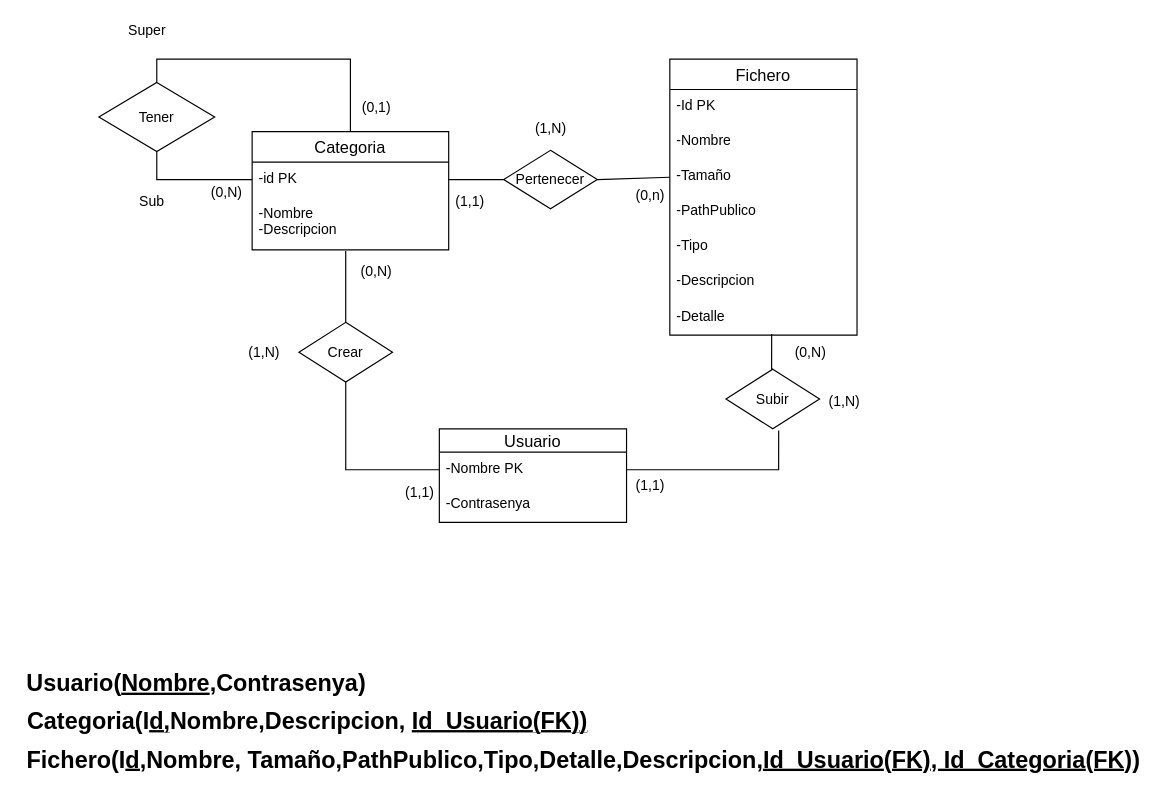
This is diagramaProyectoMultimedia.drawio.xml from JoanHurtadoKuin/ProyectoGestorMultimedia, a draw.io file, before an edit. Source tidied: cells renumbered, new cells numbered last; positions are measured from the earlier drawing's top-left corner, leaving out a move shared by most shapes. Both pictures are drawn from the tidied source at 117%, with x=0, y=0 at pixel (20, 20).
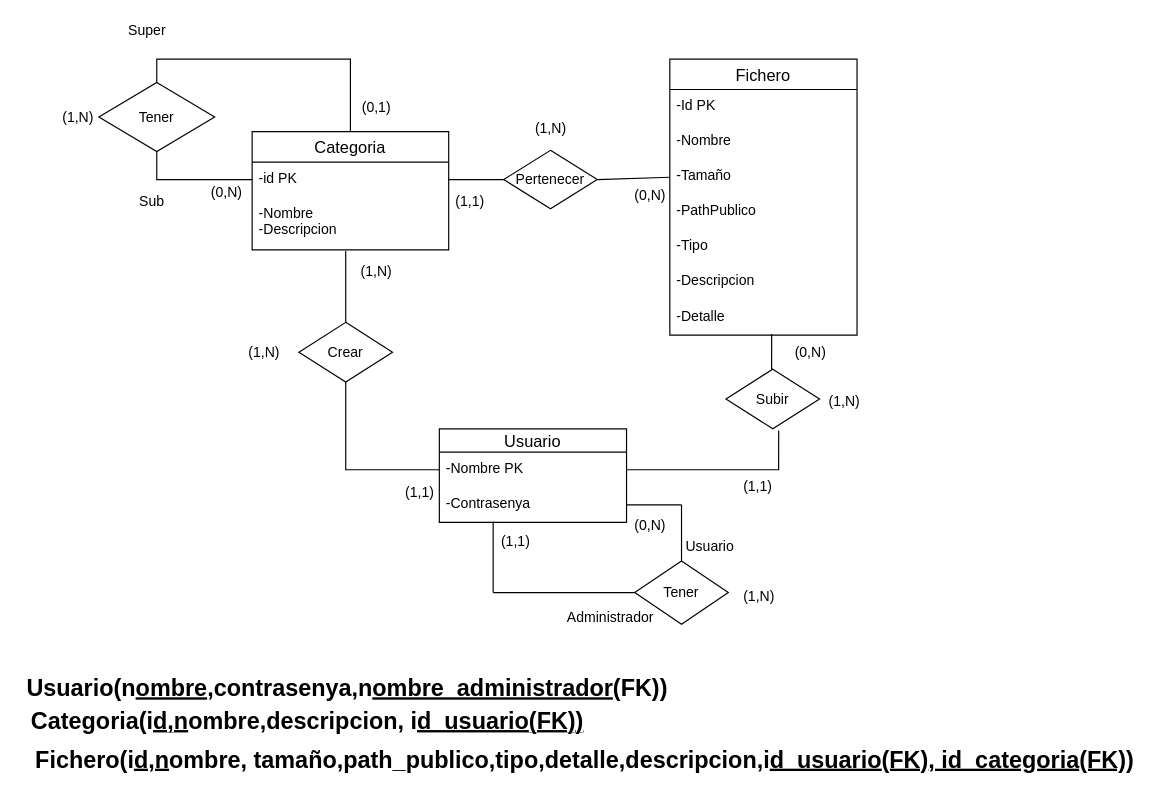
The same page after the edit.

The change refers to these unchanged cells:
```xml
<mxCell id="4" value="-Contrasenya" style="text;strokeColor=none;fillColor=none;spacingLeft=4;spacingRight=4;overflow=hidden;points=[[0,0.5],[1,0.5]];portConstraint=eastwest;fontSize=12;" parent="2" vertex="1">
  <mxGeometry y="50" width="160" height="30" as="geometry" />
</mxCell>
```

Change to the diagram source:
```diff
@@
-    <mxCell id="19" value="(0,n)" style="text;html=1;align=center;verticalAlign=middle;strokeColor=none;fillColor=none;" parent="1" vertex="1">
-      <mxGeometry x="520" y="141" width="35" height="18" as="geometry" />
-    </mxCell>
+    <mxCell id="44" value="(0,N)" style="text;html=1;align=center;verticalAlign=middle;strokeColor=none;fillColor=none;" parent="1" vertex="1">
+      <mxGeometry x="519" y="141" width="37" height="18" as="geometry" />
+    </mxCell>
@@
-    <mxCell id="25" value="(1,1)" style="text;html=1;align=center;verticalAlign=middle;strokeColor=none;fillColor=none;" parent="1" vertex="1">
-      <mxGeometry x="520" y="389" width="35" height="18" as="geometry" />
-    </mxCell>
+    <mxCell id="45" value="(1,1)" style="text;html=1;align=center;verticalAlign=middle;strokeColor=none;fillColor=none;" parent="1" vertex="1">
+      <mxGeometry x="612" y="390" width="35" height="18" as="geometry" />
+    </mxCell>
@@
-    <mxCell id="29" value="(0,N)" style="text;html=1;align=center;verticalAlign=middle;strokeColor=none;fillColor=none;" parent="1" vertex="1">
-      <mxGeometry x="285" y="206" width="37" height="18" as="geometry" />
-    </mxCell>
+    <mxCell id="46" value="(1,N)" style="text;html=1;align=center;verticalAlign=middle;strokeColor=none;fillColor=none;" parent="1" vertex="1">
+      <mxGeometry x="285" y="206" width="37" height="18" as="geometry" />
+    </mxCell>
@@
-    <mxCell id="41" value="&lt;font style=&quot;font-size: 20px;&quot;&gt;&lt;b&gt;Usuario(&lt;u&gt;Nombre&lt;/u&gt;,Contrasenya)&lt;/b&gt;&lt;/font&gt;" style="text;html=1;align=center;verticalAlign=middle;strokeColor=none;fillColor=none;" parent="1" vertex="1">
-      <mxGeometry y="555" width="300" height="21" as="geometry" />
-    </mxCell>
-    <mxCell id="42" value="&lt;b&gt;Categoria(I&lt;u&gt;d,&lt;/u&gt;Nombre,Descripcion, &lt;u&gt;Id_Usuario&lt;/u&gt;&lt;/b&gt;&lt;b&gt;&lt;u&gt;(FK)&lt;/u&gt;&lt;/b&gt;&lt;b&gt;&lt;u&gt;)&lt;/u&gt;&lt;/b&gt;" style="text;html=1;align=center;verticalAlign=middle;strokeColor=none;fillColor=none;fontSize=20;" parent="1" vertex="1">
-      <mxGeometry y="584" width="489" height="28" as="geometry" />
-    </mxCell>
-    <mxCell id="43" value="&lt;b&gt;Fichero(I&lt;u&gt;d,&lt;/u&gt;Nombre, Tamaño,PathPublico,Tipo,Detalle,Descripcion,&lt;u&gt;Id_Usuario&lt;/u&gt;&lt;/b&gt;&lt;b&gt;&lt;u&gt;(FK)&lt;/u&gt;&lt;/b&gt;&lt;b&gt;&lt;u&gt;,&amp;nbsp;Id_Categoria&lt;/u&gt;&lt;/b&gt;&lt;b&gt;&lt;u&gt;(FK)&lt;/u&gt;&lt;/b&gt;&lt;b&gt;&lt;u&gt;)&lt;/u&gt;&lt;/b&gt;" style="text;html=1;align=center;verticalAlign=middle;strokeColor=none;fillColor=none;fontSize=20;" parent="1" vertex="1">
-      <mxGeometry y="617" width="962" height="28" as="geometry" />
-    </mxCell>
+    <mxCell id="47" value="&lt;font style=&quot;font-size: 20px;&quot;&gt;&lt;b&gt;Usuario(n&lt;u&gt;ombre&lt;/u&gt;,contrasenya,n&lt;u&gt;ombre_administrador&lt;/u&gt;(FK))&lt;/b&gt;&lt;/font&gt;" style="text;html=1;align=center;verticalAlign=middle;strokeColor=none;fillColor=none;" parent="1" vertex="1">
+      <mxGeometry y="559" width="558" height="21" as="geometry" />
+    </mxCell>
+    <mxCell id="48" value="&lt;b&gt;Categoria(i&lt;u&gt;d,n&lt;/u&gt;ombre,descripcion, i&lt;u&gt;d_usuario&lt;/u&gt;&lt;/b&gt;&lt;b&gt;&lt;u&gt;(FK)&lt;/u&gt;&lt;/b&gt;&lt;b&gt;&lt;u&gt;)&lt;/u&gt;&lt;/b&gt;" style="text;html=1;align=center;verticalAlign=middle;strokeColor=none;fillColor=none;fontSize=20;" parent="1" vertex="1">
+      <mxGeometry x="4" y="584" width="482" height="28" as="geometry" />
+    </mxCell>
+    <mxCell id="49" value="&lt;b&gt;Fichero(i&lt;u&gt;d,n&lt;/u&gt;ombre, tamaño,path_publico,tipo,detalle,descripcion,i&lt;u&gt;d_usuario&lt;/u&gt;&lt;/b&gt;&lt;b&gt;&lt;u&gt;(FK)&lt;/u&gt;&lt;/b&gt;&lt;b&gt;&lt;u&gt;, id_categoria&lt;/u&gt;&lt;/b&gt;&lt;b&gt;&lt;u&gt;(FK)&lt;/u&gt;&lt;/b&gt;&lt;b&gt;&lt;u&gt;)&lt;/u&gt;&lt;/b&gt;" style="text;html=1;align=center;verticalAlign=middle;strokeColor=none;fillColor=none;fontSize=20;" parent="1" vertex="1">
+      <mxGeometry x="7" y="617" width="949" height="28" as="geometry" />
+    </mxCell>
+    <mxCell id="50" style="edgeStyle=orthogonalEdgeStyle;rounded=0;jettySize=auto;html=1;exitX=0.5;exitY=0;exitDx=0;exitDy=0;endArrow=none;endFill=0;" parent="1" edge="1" source="52">
+      <mxGeometry relative="1" as="geometry">
+        <mxPoint x="565" y="414" as="targetPoint" />
+      </mxGeometry>
+    </mxCell>
+    <mxCell id="51" style="edgeStyle=orthogonalEdgeStyle;rounded=0;jettySize=auto;html=1;exitX=0;exitY=0.5;exitDx=0;exitDy=0;endArrow=none;endFill=0;" parent="1" edge="1" source="52">
+      <mxGeometry relative="1" as="geometry">
+        <mxPoint x="404" y="489" as="targetPoint" />
+      </mxGeometry>
+    </mxCell>
+    <mxCell id="52" value="Tener" style="rhombus;whiteSpace=wrap;html=1;" parent="1" vertex="1">
+      <mxGeometry x="525" y="462" width="80" height="54" as="geometry" />
+    </mxCell>
+    <mxCell id="53" style="rounded=0;jettySize=auto;html=1;exitX=1;exitY=0.5;exitDx=0;exitDy=0;endArrow=none;endFill=0;" parent="1" edge="1" source="4">
+      <mxGeometry relative="1" as="geometry">
+        <mxPoint x="565" y="414" as="targetPoint" />
+      </mxGeometry>
+    </mxCell>
+    <mxCell id="54" style="edgeStyle=orthogonalEdgeStyle;rounded=0;orthogonalLoop=1;jettySize=auto;html=1;endArrow=none;endFill=0;" parent="1" edge="1">
+      <mxGeometry relative="1" as="geometry">
+        <mxPoint x="405" y="429" as="sourcePoint" />
+        <mxPoint x="404" y="489" as="targetPoint" />
+        <Array as="points">
+          <mxPoint x="405" y="429" />
+          <mxPoint x="404" y="429" />
+        </Array>
+      </mxGeometry>
+    </mxCell>
+    <mxCell id="55" value="Administrador" style="text;html=1;align=center;verticalAlign=middle;strokeColor=none;fillColor=none;" parent="1" vertex="1">
+      <mxGeometry x="462" y="502" width="84" height="18" as="geometry" />
+    </mxCell>
+    <mxCell id="56" value="Usuario&lt;br&gt;" style="text;html=1;align=center;verticalAlign=middle;strokeColor=none;fillColor=none;" parent="1" vertex="1">
+      <mxGeometry x="563" y="441" width="51" height="18" as="geometry" />
+    </mxCell>
+    <mxCell id="57" value="(1,1)" style="text;html=1;align=center;verticalAlign=middle;strokeColor=none;fillColor=none;" parent="1" vertex="1">
+      <mxGeometry x="405" y="437" width="35" height="18" as="geometry" />
+    </mxCell>
+    <mxCell id="58" value="(0,N)" style="text;html=1;align=center;verticalAlign=middle;strokeColor=none;fillColor=none;" parent="1" vertex="1">
+      <mxGeometry x="519" y="423" width="37" height="18" as="geometry" />
+    </mxCell>
+    <mxCell id="59" value="(1,N)" style="text;html=1;align=center;verticalAlign=middle;strokeColor=none;fillColor=none;" parent="1" vertex="1">
+      <mxGeometry x="612" y="484" width="37" height="18" as="geometry" />
+    </mxCell>
+    <mxCell id="60" value="(1,N)" style="text;html=1;align=center;verticalAlign=middle;strokeColor=none;fillColor=none;" parent="1" vertex="1">
+      <mxGeometry x="30" y="73.5" width="37" height="18" as="geometry" />
+    </mxCell>
```
